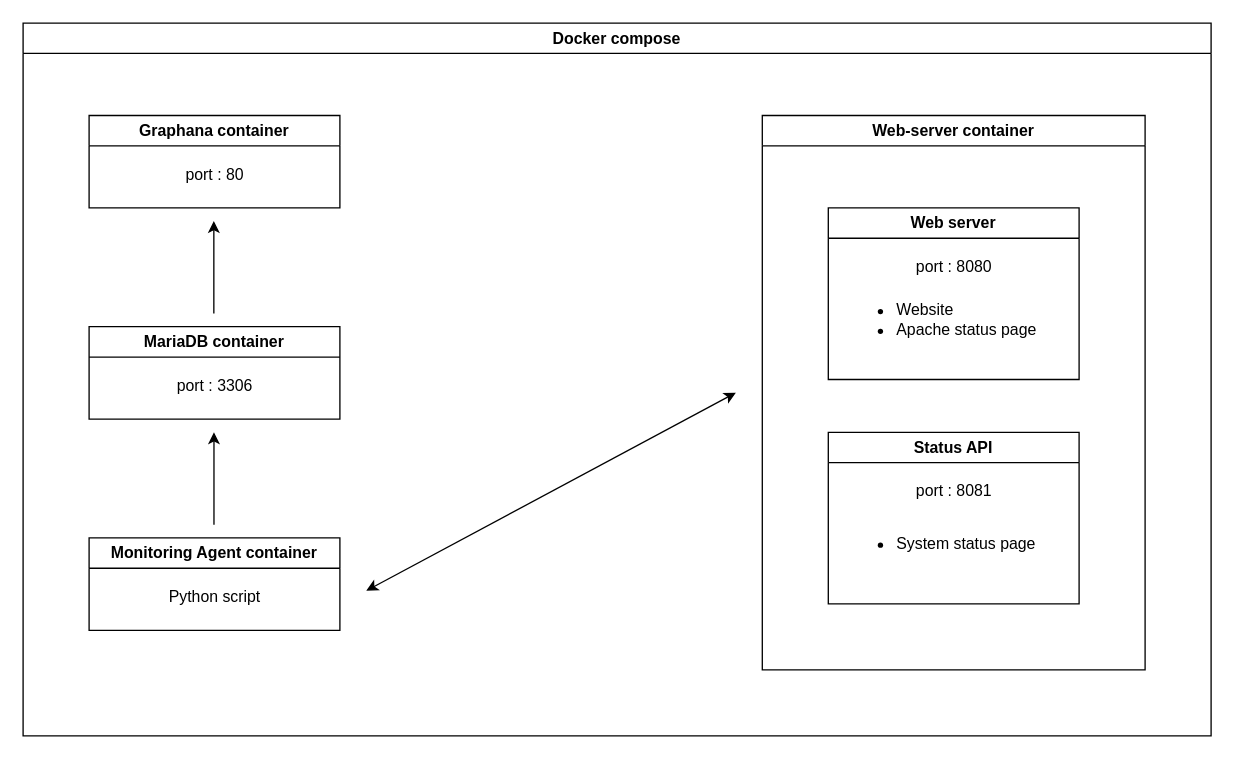
This is doc/infrastructure_diagram.drawio from MaximeSahuc/monitoring, a draw.io file, before an edit. Source tidied: cells renumbered, new cells numbered last; positions are measured from the earlier drawing's top-left corner, leaving out a move shared by most shapes. Both pictures are drawn from the tidied source at 132%, with x=0, y=0 at pixel (22, 22).
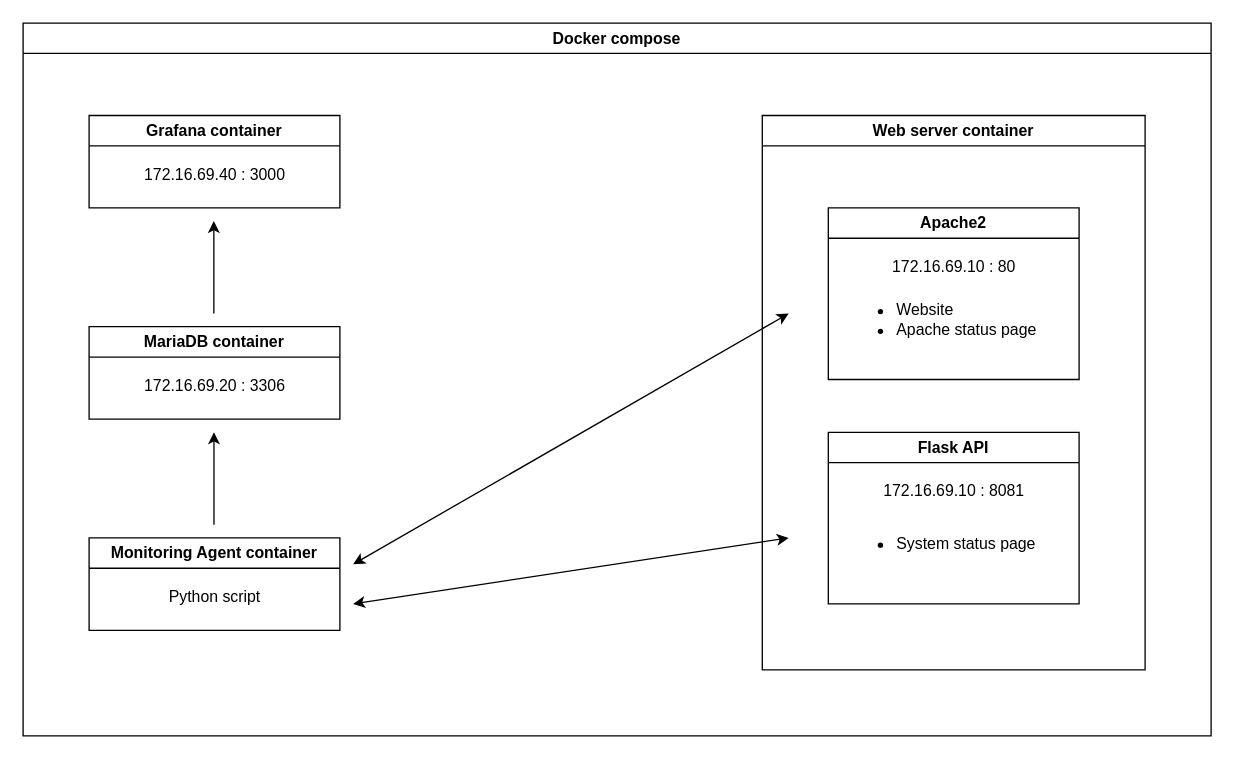
Above is the later version.

Unchanged cells that the change refers to:
```xml
<mxCell id="11" value="MariaDB container" style="swimlane;whiteSpace=wrap;html=1;" parent="1" vertex="1">
  <mxGeometry x="50" y="230" width="190" height="70" as="geometry" />
</mxCell>
```

Diff of the diagram source:
```diff
@@
-    <mxCell id="2" value="Web-server container" style="swimlane;whiteSpace=wrap;html=1;" parent="1" vertex="1">
+    <mxCell id="2" value="Web server container" style="swimlane;whiteSpace=wrap;html=1;" parent="1" vertex="1">
       <mxGeometry x="560" y="70" width="290" height="420" as="geometry" />
     </mxCell>
-    <mxCell id="3" value="Web server" style="swimlane;whiteSpace=wrap;html=1;" parent="2" vertex="1">
+    <mxCell id="3" value="Apache2" style="swimlane;whiteSpace=wrap;html=1;" parent="2" vertex="1">
       <mxGeometry x="50" y="70" width="190" height="130" as="geometry" />
     </mxCell>
@@
-    <mxCell id="5" value="port : 8080" style="text;html=1;align=center;verticalAlign=middle;strokeColor=none;fillColor=none;" parent="3" vertex="1">
-      <mxGeometry x="55" y="30" width="80" height="30" as="geometry" />
+    <mxCell id="5" value="172.16.69.10 : 80" style="text;html=1;align=center;verticalAlign=middle;strokeColor=none;fillColor=none;" parent="3" vertex="1">
+      <mxGeometry x="35" y="30" width="120" height="30" as="geometry" />
     </mxCell>
-    <mxCell id="6" value="Status API" style="swimlane;whiteSpace=wrap;html=1;" parent="2" vertex="1">
+    <mxCell id="6" value="Flask API" style="swimlane;whiteSpace=wrap;html=1;" parent="2" vertex="1">
       <mxGeometry x="50" y="240" width="190" height="130" as="geometry" />
     </mxCell>
-    <mxCell id="7" value="port : 8081" style="text;html=1;align=center;verticalAlign=middle;strokeColor=none;fillColor=none;" parent="6" vertex="1">
-      <mxGeometry x="55" y="30" width="80" height="30" as="geometry" />
+    <mxCell id="7" value="172.16.69.10 : 8081" style="text;html=1;align=center;verticalAlign=middle;strokeColor=none;fillColor=none;" parent="6" vertex="1">
+      <mxGeometry x="30" y="30" width="130" height="30" as="geometry" />
     </mxCell>
@@
-    <mxCell id="9" value="Graphana container" style="swimlane;whiteSpace=wrap;html=1;" parent="1" vertex="1">
+    <mxCell id="9" value="Grafana container" style="swimlane;whiteSpace=wrap;html=1;" parent="1" vertex="1">
       <mxGeometry x="50" y="70" width="190" height="70" as="geometry" />
     </mxCell>
-    <mxCell id="10" value="port : 80" style="text;html=1;align=center;verticalAlign=middle;strokeColor=none;fillColor=none;" parent="9" vertex="1">
-      <mxGeometry x="60" y="30" width="70" height="30" as="geometry" />
+    <mxCell id="10" value="172.16.69.40 : 3000" style="text;html=1;align=center;verticalAlign=middle;strokeColor=none;fillColor=none;" parent="9" vertex="1">
+      <mxGeometry x="30" y="30" width="130" height="30" as="geometry" />
     </mxCell>
@@
-    <mxCell id="12" value="port : 3306" style="text;html=1;align=center;verticalAlign=middle;strokeColor=none;fillColor=none;" parent="11" vertex="1">
-      <mxGeometry x="55" y="30" width="80" height="30" as="geometry" />
+    <mxCell id="12" value="172.16.69.20 : 3306" style="text;html=1;align=center;verticalAlign=middle;strokeColor=none;fillColor=none;" parent="11" vertex="1">
+      <mxGeometry x="30" y="30" width="130" height="30" as="geometry" />
     </mxCell>
@@
     <mxCell id="15" style="endArrow=classic;startArrow=classic;html=1;rounded=0;" parent="1" edge="1">
       <mxGeometry relative="1" as="geometry">
-        <mxPoint x="260" y="430" as="sourcePoint" />
-        <mxPoint x="540" y="280" as="targetPoint" />
+        <mxPoint x="250" y="410" as="sourcePoint" />
+        <mxPoint x="580" y="220" as="targetPoint" />
       </mxGeometry>
     </mxCell>
@@
+    <mxCell id="19" style="endArrow=classic;startArrow=classic;html=1;rounded=0;" parent="1" edge="1">
+      <mxGeometry relative="1" as="geometry">
+        <mxPoint x="250" y="440" as="sourcePoint" />
+        <mxPoint x="580" y="390" as="targetPoint" />
+      </mxGeometry>
+    </mxCell>
```
